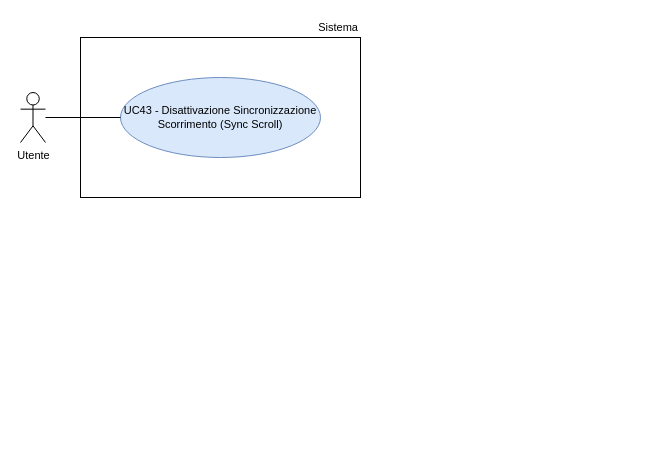
Before: RTB/doc_esterna/analisi-dei-requisiti/assets/draw.io/UC43.drawio in thebitless-group-swe/thebitless.github.io, a draw.io diagram. Source tidied: cells renumbered, new cells numbered last; positions are measured from the earlier drawing's top-left corner, leaving out a move shared by most shapes. Both pictures are drawn from the tidied source at 100%, with x=0, y=0 at pixel (20, 17).
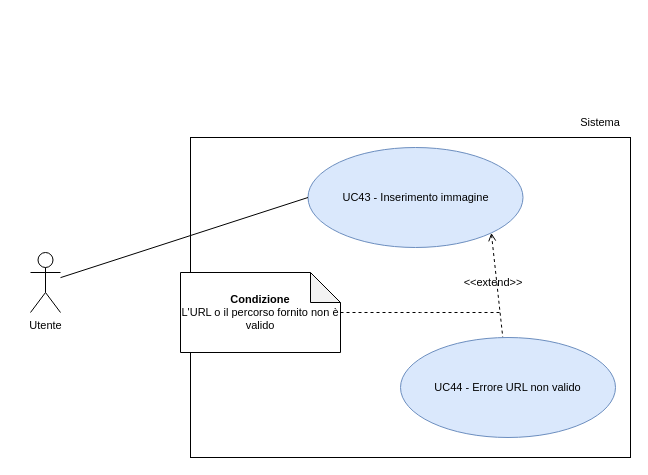
Above is the later version.

Change to the diagram source:
```diff
@@
 <mxGraphModel>
   <root>
     <mxCell id="0" />
     <mxCell id="1" parent="0" />
+    <mxCell id="3" style="rounded=0;whiteSpace=wrap;html=1;" parent="1" vertex="1">
+      <mxGeometry x="170" y="120" width="440" height="320" as="geometry" />
+    </mxCell>
+    <mxCell id="7" style="rounded=0;jettySize=auto;html=1;exitX=1;exitY=1;exitDx=0;exitDy=0;dashed=1;startArrow=open;startFill=0;endArrow=none;endFill=0;" parent="1" edge="1" source="8" target="10">
+      <mxGeometry relative="1" as="geometry" />
+    </mxCell>
+    <mxCell id="8" value="UC43 - Inserimento immagine" style="ellipse;whiteSpace=wrap;html=1;fillColor=#dae8fc;strokeColor=#6c8ebf;fontSize=11;" parent="1" vertex="1">
+      <mxGeometry x="287.5" y="130" width="215" height="100" as="geometry" />
+    </mxCell>
+    <mxCell id="9" style="rounded=0;jettySize=auto;html=1;endArrow=none;endFill=0;entryX=0;entryY=0.5;entryDx=0;entryDy=0;" parent="1" edge="1" source="2" target="8">
+      <mxGeometry relative="1" as="geometry" />
+    </mxCell>
     <mxCell id="2" value="Utente" style="shape=umlActor;verticalLabelPosition=bottom;verticalAlign=top;html=1;outlineConnect=0;fontSize=11;" parent="1" vertex="1">
-      <mxGeometry y="75" width="25" height="50" as="geometry" />
+      <mxGeometry x="10" y="235" width="30" height="60" as="geometry" />
     </mxCell>
-    <mxCell id="3" style="rounded=0;whiteSpace=wrap;html=1;strokeWidth=1;" parent="1" vertex="1">
-      <mxGeometry x="60" y="20" width="280" height="160" as="geometry" />
-    </mxCell>
-    <mxCell id="4" value="Sistema" style="text;html=1;whiteSpace=wrap;strokeColor=none;fillColor=none;align=right;verticalAlign=middle;fontSize=11;" parent="1" vertex="1">
-      <mxGeometry x="270" width="70" height="20" as="geometry" />
+    <mxCell id="4" value="Sistema" style="text;html=1;whiteSpace=wrap;strokeColor=none;fillColor=none;align=center;verticalAlign=middle;rounded=0;fontSize=11;" parent="1" vertex="1">
+      <mxGeometry x="550" y="90" width="60" height="30" as="geometry" />
     </mxCell>
-    <mxCell id="5" value="UC43 - Disattivazione Sincronizzazione Scorrimento (Sync Scroll)" style="ellipse;whiteSpace=wrap;html=1;fillColor=#dae8fc;strokeColor=#6c8ebf;fontSize=11;" parent="1" vertex="1">
-      <mxGeometry x="100" y="60" width="200" height="80" as="geometry" />
-    </mxCell>
-    <mxCell id="6" style="edgeStyle=none;rounded=0;jettySize=auto;html=1;endArrow=none;endFill=0;" parent="1" edge="1" source="2" target="5">
-      <mxGeometry relative="1" as="geometry" />
-    </mxCell>
+    <mxCell id="10" value="UC44 - Errore URL non valido" style="ellipse;whiteSpace=wrap;html=1;fillColor=#dae8fc;strokeColor=#6c8ebf;fontSize=11;" parent="1" vertex="1">
+      <mxGeometry x="380" y="320" width="215" height="100" as="geometry" />
+    </mxCell>
+    <mxCell id="11" style="edgeStyle=orthogonalEdgeStyle;rounded=0;jettySize=auto;html=1;endArrow=none;endFill=0;dashed=1;" parent="1" edge="1" source="12">
+      <mxGeometry relative="1" as="geometry">
+        <mxPoint x="480" y="295" as="targetPoint" />
+      </mxGeometry>
+    </mxCell>
+    <mxCell id="12" value="&lt;b&gt;Condizione&lt;/b&gt;&lt;div&gt;L'URL o il percorso fornito non è valido&lt;/div&gt;" style="shape=note;whiteSpace=wrap;html=1;backgroundOutline=1;darkOpacity=0.05;fontSize=11;" parent="1" vertex="1">
+      <mxGeometry x="160" y="255" width="160" height="80" as="geometry" />
+    </mxCell>
+    <mxCell id="13" value="&amp;lt;&amp;lt;extend&amp;gt;&amp;gt;" style="text;html=1;whiteSpace=wrap;strokeColor=none;fillColor=none;align=center;verticalAlign=middle;rounded=0;fontSize=11;" parent="1" vertex="1">
+      <mxGeometry x="437.5" y="250" width="70" height="30" as="geometry" />
+    </mxCell>
   </root>
 </mxGraphModel>
```
